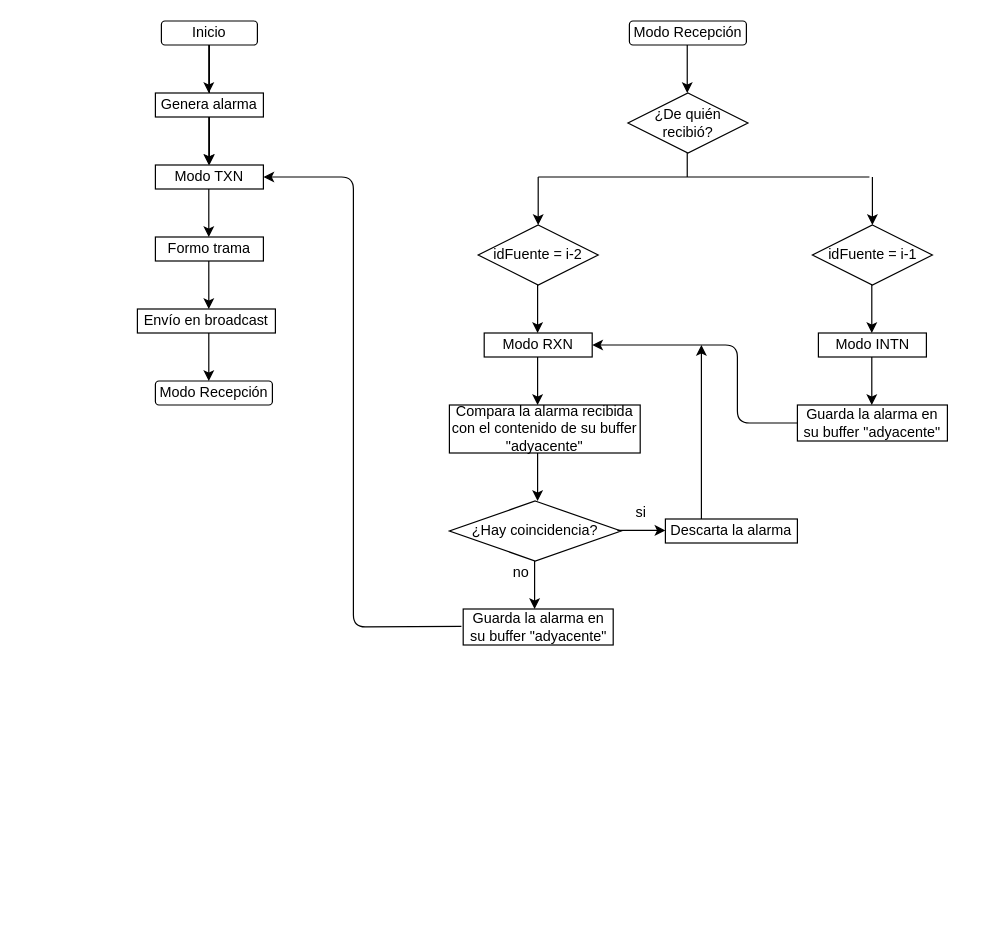
Before: Alarmas/a.drawio in KevinSimbanaC/NetSoSe, a draw.io diagram. Source tidied: cells renumbered, new cells numbered last; positions are measured from the earlier drawing's top-left corner, leaving out a move shared by most shapes. Both pictures are drawn from the tidied source at 120%, with x=0, y=0 at pixel (137, 20).
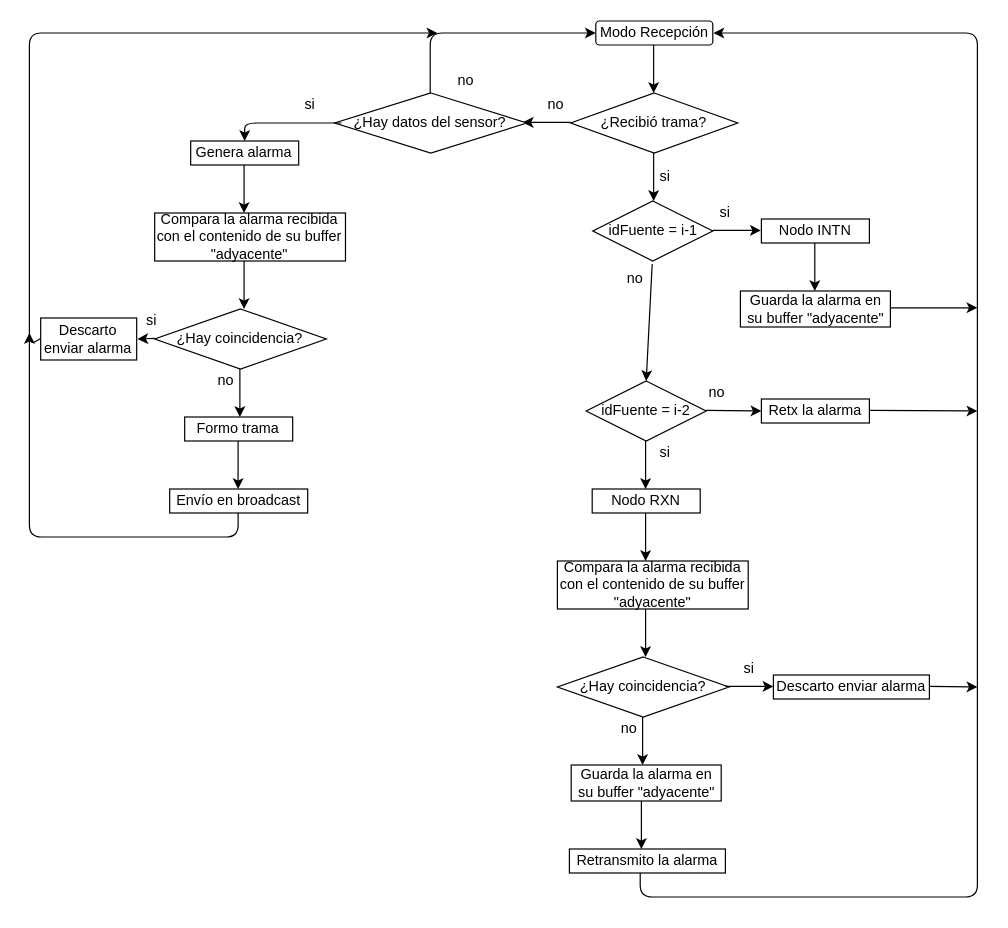
After the change.

Commit message (it also covers changes not shown here):
Correccion diagrama de flujo

Change to the diagram source:
```diff
@@
-    <mxCell id="2" style="edgeStyle=orthogonalEdgeStyle;rounded=0;jettySize=auto;html=1;" parent="1" edge="1" source="3" target="7">
-      <mxGeometry relative="1" as="geometry" />
-    </mxCell>
-    <mxCell id="3" value="Inicio" style="rounded=1;whiteSpace=wrap;html=1;fontSize=12;glass=0;strokeWidth=1;shadow=0;" parent="1" vertex="1">
-      <mxGeometry x="20" width="80" height="20" as="geometry" />
-    </mxCell>
-    <mxCell id="4" style="endArrow=classic;html=1;" parent="1" edge="1">
+    <mxCell id="4" style="endArrow=classic;html=1;entryX=0;entryY=0.5;entryDx=0;entryDy=0;" parent="1" edge="1" target="14">
       <mxGeometry relative="1" as="geometry">
-        <mxPoint x="59.5" y="20" as="sourcePoint" />
-        <mxPoint x="59.5" y="60" as="targetPoint" />
+        <mxPoint x="244" y="60" as="sourcePoint" />
+        <Array as="points">
+          <mxPoint x="244" y="10" />
+        </Array>
       </mxGeometry>
     </mxCell>
     <mxCell id="5" value="Genera alarma" style="rounded=0;whiteSpace=wrap;html=1;" parent="1" vertex="1">
-      <mxGeometry x="15" y="60" width="90" height="20" as="geometry" />
+      <mxGeometry x="44.4" y="100" width="90" height="20" as="geometry" />
     </mxCell>
     <mxCell id="6" style="endArrow=classic;html=1;" parent="1" edge="1">
       <mxGeometry relative="1" as="geometry">
-        <mxPoint x="59.5" y="80" as="sourcePoint" />
-        <mxPoint x="59.5" y="120" as="targetPoint" />
+        <mxPoint x="88.9" y="120" as="sourcePoint" />
+        <mxPoint x="88.9" y="160" as="targetPoint" />
       </mxGeometry>
     </mxCell>
-    <mxCell id="7" value="Modo TXN" style="rounded=0;whiteSpace=wrap;html=1;" parent="1" vertex="1">
-      <mxGeometry x="15" y="120" width="90" height="20" as="geometry" />
-    </mxCell>
     <mxCell id="8" value="Formo trama" style="rounded=0;whiteSpace=wrap;html=1;" parent="1" vertex="1">
-      <mxGeometry x="15" y="180" width="90" height="20" as="geometry" />
+      <mxGeometry x="39.4" y="330" width="90" height="20" as="geometry" />
     </mxCell>
     <mxCell id="9" value="Envío en broadcast" style="rounded=0;whiteSpace=wrap;html=1;" parent="1" vertex="1">
-      <mxGeometry y="240" width="115" height="20" as="geometry" />
+      <mxGeometry x="26.9" y="390" width="115" height="20" as="geometry" />
     </mxCell>
-    <mxCell id="10" style="endArrow=classic;html=1;" parent="1" edge="1">
-      <mxGeometry relative="1" as="geometry">
-        <mxPoint x="59.5" y="140" as="sourcePoint" />
-        <mxPoint x="59.5" y="180" as="targetPoint" />
-      </mxGeometry>
-    </mxCell>
     <mxCell id="11" style="endArrow=classic;html=1;" parent="1" edge="1">
       <mxGeometry relative="1" as="geometry">
-        <mxPoint x="59.5" y="200" as="sourcePoint" />
-        <mxPoint x="59.5" y="240" as="targetPoint" />
+        <mxPoint x="83.9" y="350" as="sourcePoint" />
+        <mxPoint x="83.9" y="390" as="targetPoint" />
       </mxGeometry>
     </mxCell>
-    <mxCell id="12" value="Modo Recepción" style="rounded=1;whiteSpace=wrap;html=1;fontSize=12;glass=0;strokeWidth=1;shadow=0;" parent="1" vertex="1">
-      <mxGeometry x="15" y="300" width="97.5" height="20" as="geometry" />
-    </mxCell>
     <mxCell id="13" style="endArrow=classic;html=1;" parent="1" edge="1">
       <mxGeometry relative="1" as="geometry">
-        <mxPoint x="59.5" y="260" as="sourcePoint" />
-        <mxPoint x="59.5" y="300" as="targetPoint" />
+        <mxPoint x="83.9" y="410" as="sourcePoint" />
+        <mxPoint x="-90" y="260" as="targetPoint" />
+        <Array as="points">
+          <mxPoint x="84" y="430" />
+          <mxPoint x="-90" y="430" />
+        </Array>
       </mxGeometry>
     </mxCell>
     <mxCell id="14" value="Modo Recepción" style="rounded=1;whiteSpace=wrap;html=1;fontSize=12;glass=0;strokeWidth=1;shadow=0;" parent="1" vertex="1">
-      <mxGeometry x="410" width="97.5" height="20" as="geometry" />
+      <mxGeometry x="382" width="97.5" height="20" as="geometry" />
     </mxCell>
     <mxCell id="15" style="endArrow=classic;html=1;" parent="1" edge="1">
       <mxGeometry relative="1" as="geometry">
-        <mxPoint x="458.2" y="20" as="sourcePoint" />
-        <mxPoint x="458.2" y="60" as="targetPoint" />
+        <mxPoint x="430.2" y="20" as="sourcePoint" />
+        <mxPoint x="430.2" y="60" as="targetPoint" />
       </mxGeometry>
     </mxCell>
-    <mxCell id="16" value="¿De quién recibió?" style="rhombus;whiteSpace=wrap;html=1;" parent="1" vertex="1">
-      <mxGeometry x="408.8" y="60" width="100" height="50" as="geometry" />
+    <mxCell id="16" value="¿Recibió trama?" style="rhombus;whiteSpace=wrap;html=1;" parent="1" vertex="1">
+      <mxGeometry x="361.1" y="60" width="139.2" height="50" as="geometry" />
     </mxCell>
-    <mxCell id="17" style="endArrow=none;html=1;" parent="1" edge="1">
-      <mxGeometry relative="1" as="geometry">
-        <mxPoint x="458.2" y="130" as="sourcePoint" />
-        <mxPoint x="458.2" y="110" as="targetPoint" />
-      </mxGeometry>
-    </mxCell>
     <mxCell id="18" style="endArrow=classic;html=1;" parent="1" edge="1">
       <mxGeometry relative="1" as="geometry">
-        <mxPoint x="334" y="130" as="sourcePoint" />
-        <mxPoint x="334" y="170" as="targetPoint" />
+        <mxPoint x="430.2" y="110" as="sourcePoint" />
+        <mxPoint x="430.2" y="150" as="targetPoint" />
       </mxGeometry>
     </mxCell>
-    <mxCell id="19" style="endArrow=classic;html=1;" parent="1" edge="1">
-      <mxGeometry relative="1" as="geometry">
-        <mxPoint x="612.5" y="130" as="sourcePoint" />
-        <mxPoint x="612.5" y="170" as="targetPoint" />
-      </mxGeometry>
-    </mxCell>
     <mxCell id="20" value="idFuente = i-2" style="rhombus;whiteSpace=wrap;html=1;" parent="1" vertex="1">
-      <mxGeometry x="284" y="170" width="100" height="50" as="geometry" />
+      <mxGeometry x="374" y="300" width="100" height="50" as="geometry" />
     </mxCell>
     <mxCell id="21" value="idFuente = i-1" style="rhombus;whiteSpace=wrap;html=1;" parent="1" vertex="1">
-      <mxGeometry x="562.5" y="170" width="100" height="50" as="geometry" />
+      <mxGeometry x="379.5" y="150" width="100" height="50" as="geometry" />
     </mxCell>
-    <mxCell id="22" style="endArrow=classic;html=1;" parent="1" edge="1">
-      <mxGeometry relative="1" as="geometry">
-        <mxPoint x="612" y="220" as="sourcePoint" />
-        <mxPoint x="612" y="260" as="targetPoint" />
-      </mxGeometry>
-    </mxCell>
     <mxCell id="23" style="endArrow=classic;html=1;" parent="1" edge="1">
       <mxGeometry relative="1" as="geometry">
-        <mxPoint x="333.5" y="220" as="sourcePoint" />
-        <mxPoint x="333.5" y="260" as="targetPoint" />
+        <mxPoint x="423.5" y="350" as="sourcePoint" />
+        <mxPoint x="423.5" y="390" as="targetPoint" />
       </mxGeometry>
     </mxCell>
-    <mxCell id="24" value="Modo INTN" style="rounded=0;whiteSpace=wrap;html=1;" parent="1" vertex="1">
-      <mxGeometry x="567.5" y="260" width="90" height="20" as="geometry" />
+    <mxCell id="24" value="Nodo INTN" style="rounded=0;whiteSpace=wrap;html=1;" parent="1" vertex="1">
+      <mxGeometry x="520" y="165" width="90" height="20" as="geometry" />
     </mxCell>
-    <mxCell id="25" value="Modo RXN" style="rounded=0;whiteSpace=wrap;html=1;" parent="1" vertex="1">
-      <mxGeometry x="289" y="260" width="90" height="20" as="geometry" />
+    <mxCell id="25" value="Nodo RXN" style="rounded=0;whiteSpace=wrap;html=1;" parent="1" vertex="1">
+      <mxGeometry x="379" y="390" width="90" height="20" as="geometry" />
     </mxCell>
     <mxCell id="26" style="endArrow=classic;html=1;" parent="1" edge="1">
       <mxGeometry relative="1" as="geometry">
-        <mxPoint x="612" y="280" as="sourcePoint" />
-        <mxPoint x="612" y="320" as="targetPoint" />
+        <mxPoint x="564.5" y="185" as="sourcePoint" />
+        <mxPoint x="564.5" y="225" as="targetPoint" />
       </mxGeometry>
     </mxCell>
     <mxCell id="27" style="endArrow=classic;html=1;" parent="1" edge="1">
       <mxGeometry relative="1" as="geometry">
-        <mxPoint x="333.5" y="280" as="sourcePoint" />
-        <mxPoint x="333.5" y="320" as="targetPoint" />
+        <mxPoint x="423.5" y="410" as="sourcePoint" />
+        <mxPoint x="423.5" y="450" as="targetPoint" />
       </mxGeometry>
     </mxCell>
     <mxCell id="28" value="Guarda la alarma en su buffer &quot;adyacente&quot;" style="rounded=0;whiteSpace=wrap;html=1;" parent="1" vertex="1">
-      <mxGeometry x="550" y="320" width="125" height="30" as="geometry" />
+      <mxGeometry x="502.5" y="225" width="125" height="30" as="geometry" />
     </mxCell>
-    <mxCell id="29" style="endArrow=classic;html=1;exitX=0;exitY=0.5;exitDx=0;exitDy=0;entryX=1;entryY=0.5;entryDx=0;entryDy=0;" parent="1" edge="1" source="28" target="25">
-      <mxGeometry relative="1" as="geometry">
-        <Array as="points">
-          <mxPoint x="500" y="335" />
-          <mxPoint x="500" y="270" />
-        </Array>
-      </mxGeometry>
-    </mxCell>
     <mxCell id="30" value="Compara la alarma recibida con el contenido de su buffer &quot;adyacente&quot;" style="rounded=0;whiteSpace=wrap;html=1;" parent="1" vertex="1">
-      <mxGeometry x="260" y="320" width="159" height="40" as="geometry" />
+      <mxGeometry x="350" y="450" width="159" height="40" as="geometry" />
     </mxCell>
-    <mxCell id="31" style="endArrow=none;html=1;" parent="1" edge="1">
-      <mxGeometry relative="1" as="geometry">
-        <mxPoint x="334" y="130" as="sourcePoint" />
-        <mxPoint x="610" y="130" as="targetPoint" />
-      </mxGeometry>
-    </mxCell>
     <mxCell id="32" value="¿Hay coincidencia?" style="rhombus;whiteSpace=wrap;html=1;" parent="1" vertex="1">
-      <mxGeometry x="260" y="400" width="143" height="50" as="geometry" />
+      <mxGeometry x="350" y="530" width="143" height="50" as="geometry" />
     </mxCell>
     <mxCell id="33" style="endArrow=classic;html=1;" parent="1" edge="1">
       <mxGeometry relative="1" as="geometry">
-        <mxPoint x="400" y="424.5" as="sourcePoint" />
-        <mxPoint x="440" y="424.5" as="targetPoint" />
+        <mxPoint x="490" y="554.5" as="sourcePoint" />
+        <mxPoint x="530" y="554.5" as="targetPoint" />
       </mxGeometry>
     </mxCell>
     <mxCell id="34" value="si" style="text;html=1;strokeColor=none;fillColor=none;align=center;verticalAlign=middle;whiteSpace=wrap;rounded=0;" parent="1" vertex="1">
-      <mxGeometry x="400" y="400" width="40" height="20" as="geometry" />
+      <mxGeometry x="490" y="530" width="40" height="20" as="geometry" />
     </mxCell>
-    <mxCell id="35" value="Descarta la alarma" style="rounded=0;whiteSpace=wrap;html=1;" parent="1" vertex="1">
-      <mxGeometry x="440" y="415" width="110" height="20" as="geometry" />
-    </mxCell>
     <mxCell id="36" style="endArrow=classic;html=1;" parent="1" edge="1">
       <mxGeometry relative="1" as="geometry">
-        <mxPoint x="333.5" y="360" as="sourcePoint" />
-        <mxPoint x="333.5" y="400" as="targetPoint" />
+        <mxPoint x="423.5" y="490" as="sourcePoint" />
+        <mxPoint x="423.5" y="530" as="targetPoint" />
       </mxGeometry>
     </mxCell>
-    <mxCell id="37" style="endArrow=classic;html=1;" parent="1" edge="1">
-      <mxGeometry relative="1" as="geometry">
-        <mxPoint x="470" y="415" as="sourcePoint" />
-        <mxPoint x="470" y="270" as="targetPoint" />
-      </mxGeometry>
-    </mxCell>
     <mxCell id="38" style="endArrow=classic;html=1;" parent="1" edge="1">
       <mxGeometry relative="1" as="geometry">
-        <mxPoint x="331" y="450" as="sourcePoint" />
-        <mxPoint x="331" y="490" as="targetPoint" />
+        <mxPoint x="421" y="580" as="sourcePoint" />
+        <mxPoint x="421" y="620" as="targetPoint" />
       </mxGeometry>
     </mxCell>
     <mxCell id="39" value="no" style="text;html=1;strokeColor=none;fillColor=none;align=center;verticalAlign=middle;whiteSpace=wrap;rounded=0;" parent="1" vertex="1">
-      <mxGeometry x="300" y="450" width="40" height="20" as="geometry" />
+      <mxGeometry x="390" y="580" width="40" height="20" as="geometry" />
     </mxCell>
     <mxCell id="40" value="Guarda la alarma en su buffer &quot;adyacente&quot;" style="rounded=0;whiteSpace=wrap;html=1;" parent="1" vertex="1">
-      <mxGeometry x="271.5" y="490" width="125" height="30" as="geometry" />
+      <mxGeometry x="361.5" y="620" width="125" height="30" as="geometry" />
     </mxCell>
-    <mxCell id="41" style="endArrow=classic;html=1;entryX=1;entryY=0.5;entryDx=0;entryDy=0;" parent="1" edge="1" target="7">
-      <mxGeometry relative="1" as="geometry">
-        <mxPoint x="270" y="504.5" as="sourcePoint" />
-        <Array as="points">
-          <mxPoint x="180" y="505" />
-          <mxPoint x="180" y="130" />
-        </Array>
-      </mxGeometry>
-    </mxCell>
+    <mxCell id="42" value="Compara la alarma recibida con el contenido de su buffer &quot;adyacente&quot;" style="rounded=0;whiteSpace=wrap;html=1;" parent="1" vertex="1">
+      <mxGeometry x="14.4" y="160" width="159" height="40" as="geometry" />
+    </mxCell>
+    <mxCell id="43" style="endArrow=classic;html=1;" parent="1" edge="1">
+      <mxGeometry relative="1" as="geometry">
+        <mxPoint x="88.9" y="200" as="sourcePoint" />
+        <mxPoint x="88.9" y="240" as="targetPoint" />
+      </mxGeometry>
+    </mxCell>
+    <mxCell id="44" value="¿Hay coincidencia?" style="rhombus;whiteSpace=wrap;html=1;" parent="1" vertex="1">
+      <mxGeometry x="14.4" y="240" width="143" height="50" as="geometry" />
+    </mxCell>
+    <mxCell id="45" style="endArrow=classic;html=1;" parent="1" edge="1">
+      <mxGeometry relative="1" as="geometry">
+        <mxPoint x="14.4" y="264.5" as="sourcePoint" />
+        <mxPoint y="265" as="targetPoint" />
+      </mxGeometry>
+    </mxCell>
+    <mxCell id="46" value="si" style="text;html=1;strokeColor=none;fillColor=none;align=center;verticalAlign=middle;whiteSpace=wrap;rounded=0;" parent="1" vertex="1">
+      <mxGeometry x="-8.1" y="240" width="40" height="20" as="geometry" />
+    </mxCell>
+    <mxCell id="47" value="Descarto &lt;br&gt;enviar alarma" style="rounded=0;whiteSpace=wrap;html=1;" parent="1" vertex="1">
+      <mxGeometry x="-80.6" y="247.5" width="80" height="35" as="geometry" />
+    </mxCell>
+    <mxCell id="48" style="endArrow=classic;html=1;" parent="1" edge="1">
+      <mxGeometry relative="1" as="geometry">
+        <mxPoint x="85.4" y="290" as="sourcePoint" />
+        <mxPoint x="85.4" y="330" as="targetPoint" />
+      </mxGeometry>
+    </mxCell>
+    <mxCell id="49" value="no" style="text;html=1;strokeColor=none;fillColor=none;align=center;verticalAlign=middle;whiteSpace=wrap;rounded=0;" parent="1" vertex="1">
+      <mxGeometry x="54.4" y="290" width="40" height="20" as="geometry" />
+    </mxCell>
+    <mxCell id="50" value="Descarto enviar alarma" style="rounded=0;whiteSpace=wrap;html=1;" parent="1" vertex="1">
+      <mxGeometry x="530" y="545" width="130" height="20" as="geometry" />
+    </mxCell>
+    <mxCell id="51" value="si" style="text;html=1;strokeColor=none;fillColor=none;align=center;verticalAlign=middle;whiteSpace=wrap;rounded=0;" parent="1" vertex="1">
+      <mxGeometry x="420" y="350" width="40" height="20" as="geometry" />
+    </mxCell>
+    <mxCell id="52" value="si" style="text;html=1;strokeColor=none;fillColor=none;align=center;verticalAlign=middle;whiteSpace=wrap;rounded=0;" parent="1" vertex="1">
+      <mxGeometry x="470" y="150" width="40" height="20" as="geometry" />
+    </mxCell>
+    <mxCell id="53" value="Retransmito la alarma" style="rounded=0;whiteSpace=wrap;html=1;" parent="1" vertex="1">
+      <mxGeometry x="360" y="690" width="130" height="20" as="geometry" />
+    </mxCell>
+    <mxCell id="54" style="endArrow=classic;html=1;" parent="1" edge="1">
+      <mxGeometry relative="1" as="geometry">
+        <mxPoint x="420" y="650" as="sourcePoint" />
+        <mxPoint x="420" y="690" as="targetPoint" />
+      </mxGeometry>
+    </mxCell>
+    <mxCell id="55" value="si" style="text;html=1;strokeColor=none;fillColor=none;align=center;verticalAlign=middle;whiteSpace=wrap;rounded=0;" parent="1" vertex="1">
+      <mxGeometry x="420" y="120" width="40" height="20" as="geometry" />
+    </mxCell>
+    <mxCell id="56" style="endArrow=classic;html=1;" parent="1" edge="1">
+      <mxGeometry relative="1" as="geometry">
+        <mxPoint x="479.5" y="174.5" as="sourcePoint" />
+        <mxPoint x="519.5" y="174.5" as="targetPoint" />
+      </mxGeometry>
+    </mxCell>
+    <mxCell id="57" value="no" style="text;html=1;strokeColor=none;fillColor=none;align=center;verticalAlign=middle;whiteSpace=wrap;rounded=0;" parent="1" vertex="1">
+      <mxGeometry x="328.5" y="60" width="40" height="20" as="geometry" />
+    </mxCell>
+    <mxCell id="58" style="endArrow=classic;html=1;entryX=0.5;entryY=0;entryDx=0;entryDy=0;" parent="1" edge="1" target="20">
+      <mxGeometry relative="1" as="geometry">
+        <mxPoint x="429" y="202.5" as="sourcePoint" />
+      </mxGeometry>
+    </mxCell>
+    <mxCell id="59" style="endArrow=classic;html=1;" parent="1" edge="1">
+      <mxGeometry relative="1" as="geometry">
+        <mxPoint x="361.1" y="84.5" as="sourcePoint" />
+        <mxPoint x="321.1" y="84.5" as="targetPoint" />
+      </mxGeometry>
+    </mxCell>
+    <mxCell id="60" value="¿Hay datos del sensor?" style="rhombus;whiteSpace=wrap;html=1;" parent="1" vertex="1">
+      <mxGeometry x="164.4" y="60" width="160.2" height="50" as="geometry" />
+    </mxCell>
+    <mxCell id="61" value="no" style="text;html=1;strokeColor=none;fillColor=none;align=center;verticalAlign=middle;whiteSpace=wrap;rounded=0;" parent="1" vertex="1">
+      <mxGeometry x="253.5" y="40" width="40" height="20" as="geometry" />
+    </mxCell>
+    <mxCell id="62" value="si" style="text;html=1;strokeColor=none;fillColor=none;align=center;verticalAlign=middle;whiteSpace=wrap;rounded=0;" parent="1" vertex="1">
+      <mxGeometry x="124.4" y="60" width="40" height="20" as="geometry" />
+    </mxCell>
+    <mxCell id="63" style="endArrow=classic;html=1;" parent="1" edge="1" target="5">
+      <mxGeometry relative="1" as="geometry">
+        <mxPoint x="170" y="85" as="sourcePoint" />
+        <Array as="points">
+          <mxPoint x="89.4" y="85" />
+        </Array>
+      </mxGeometry>
+    </mxCell>
+    <mxCell id="64" value="no" style="text;html=1;strokeColor=none;fillColor=none;align=center;verticalAlign=middle;whiteSpace=wrap;rounded=0;" parent="1" vertex="1">
+      <mxGeometry x="394.5" y="205" width="40" height="20" as="geometry" />
+    </mxCell>
+    <mxCell id="65" value="no" style="text;html=1;strokeColor=none;fillColor=none;align=center;verticalAlign=middle;whiteSpace=wrap;rounded=0;" parent="1" vertex="1">
+      <mxGeometry x="462.5" y="300" width="40" height="20" as="geometry" />
+    </mxCell>
+    <mxCell id="66" style="endArrow=classic;html=1;entryX=0;entryY=0.5;entryDx=0;entryDy=0;" parent="1" edge="1" target="67">
+      <mxGeometry relative="1" as="geometry">
+        <mxPoint x="474" y="324.5" as="sourcePoint" />
+      </mxGeometry>
+    </mxCell>
+    <mxCell id="67" value="Retx la alarma" style="rounded=0;whiteSpace=wrap;html=1;" parent="1" vertex="1">
+      <mxGeometry x="520" y="315" width="90" height="20" as="geometry" />
+    </mxCell>
+    <mxCell id="68" style="endArrow=classic;html=1;" parent="1" edge="1">
+      <mxGeometry relative="1" as="geometry">
+        <mxPoint x="419" y="710" as="sourcePoint" />
+        <mxPoint x="480" y="10" as="targetPoint" />
+        <Array as="points">
+          <mxPoint x="419" y="730" />
+          <mxPoint x="700" y="730" />
+          <mxPoint x="700" y="10" />
+        </Array>
+      </mxGeometry>
+    </mxCell>
+    <mxCell id="69" style="endArrow=classic;html=1;" parent="1" edge="1">
+      <mxGeometry relative="1" as="geometry">
+        <mxPoint x="627.5" y="239" as="sourcePoint" />
+        <mxPoint x="700" y="239" as="targetPoint" />
+      </mxGeometry>
+    </mxCell>
+    <mxCell id="70" style="endArrow=classic;html=1;" parent="1" edge="1">
+      <mxGeometry relative="1" as="geometry">
+        <mxPoint x="610" y="324.5" as="sourcePoint" />
+        <mxPoint x="700" y="325" as="targetPoint" />
+      </mxGeometry>
+    </mxCell>
+    <mxCell id="71" style="endArrow=classic;html=1;" parent="1" edge="1">
+      <mxGeometry relative="1" as="geometry">
+        <mxPoint x="660" y="554.5" as="sourcePoint" />
+        <mxPoint x="700" y="555" as="targetPoint" />
+      </mxGeometry>
+    </mxCell>
+    <mxCell id="72" style="endArrow=classic;html=1;" parent="1" edge="1">
+      <mxGeometry relative="1" as="geometry">
+        <mxPoint x="-80.6" y="264.5" as="sourcePoint" />
+        <mxPoint x="250" y="10" as="targetPoint" />
+        <Array as="points">
+          <mxPoint x="-90" y="270" />
+          <mxPoint x="-90" y="10" />
+        </Array>
+      </mxGeometry>
+    </mxCell>
```
